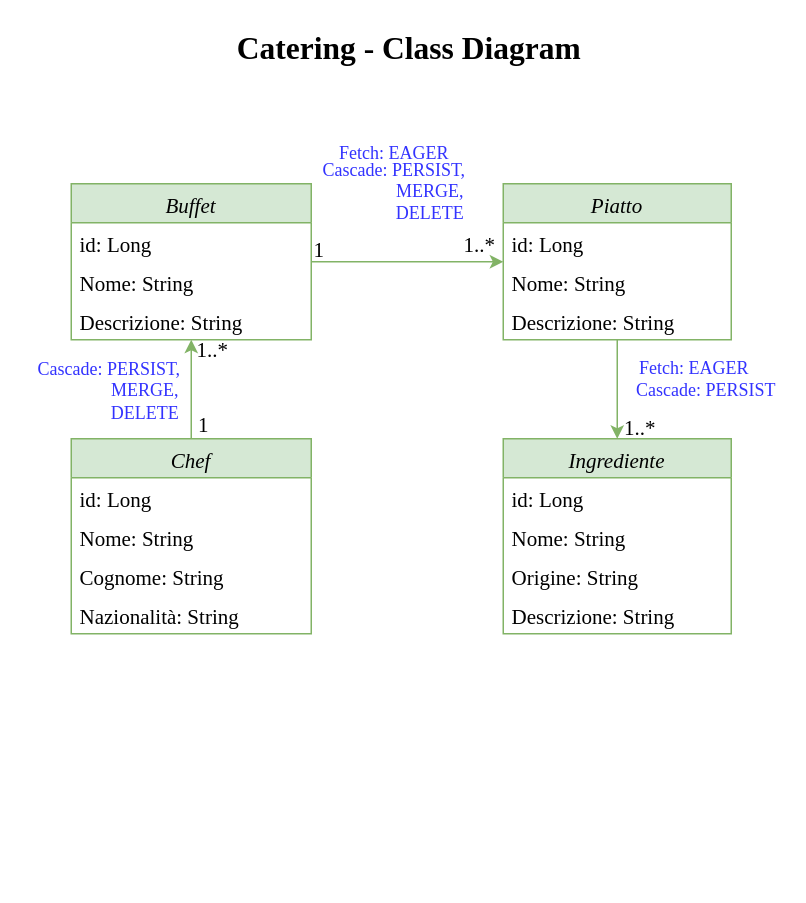
The draw.io diagram SIW_Catering_Class_Diagram/SIW_Catering_Class_Diagram.drawio in DavideTedesco/SIW-Catering-2022, before the edit. Source tidied: cells renumbered, new cells numbered last; positions are measured from the earlier drawing's top-left corner, leaving out a move shared by most shapes. Both pictures are drawn from the tidied source at 150%, with x=0, y=0 at pixel (26, 26).
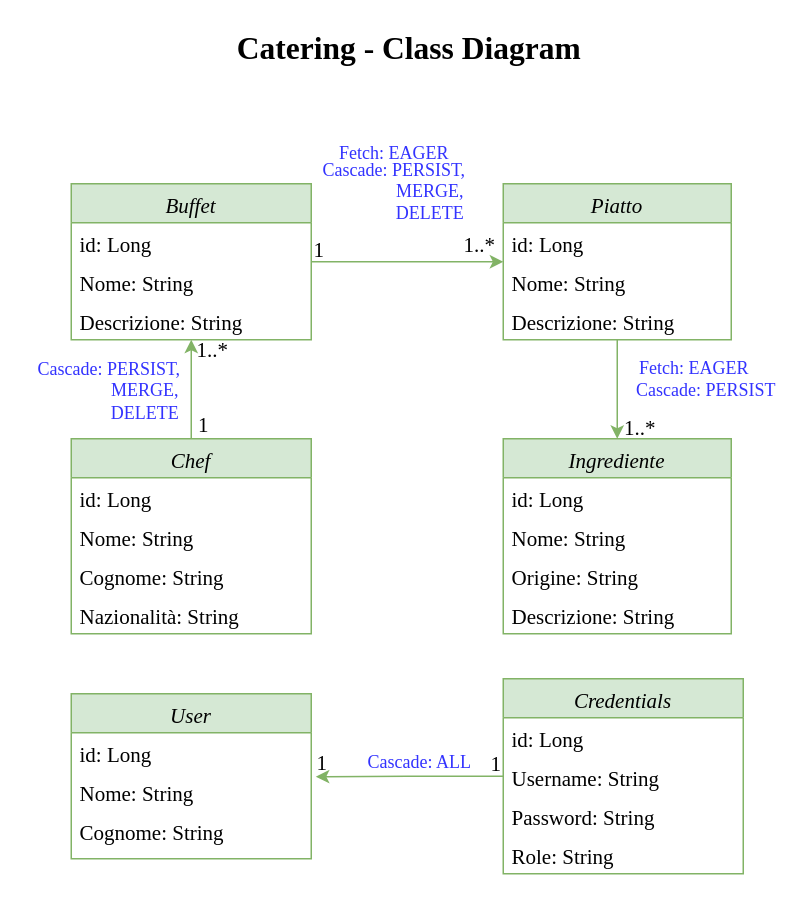
The same diagram, later.

What changed in the source:
```diff
@@
+    <mxCell id="34" value="User" style="swimlane;fontStyle=2;align=center;verticalAlign=top;horizontal=1;startSize=26;rounded=0;shadow=0;strokeWidth=1;fontFamily=Garamond;fontSize=14;fillColor=#d5e8d4;strokeColor=#82b366;" parent="1" vertex="1">
+      <mxGeometry x="30" y="445" width="160" height="110" as="geometry" />
+    </mxCell>
+    <mxCell id="35" value="id: Long" style="text;align=left;verticalAlign=top;spacingLeft=4;spacingRight=4;overflow=hidden;fontFamily=Garamond;fontSize=14;" parent="34" vertex="1">
+      <mxGeometry y="26" width="160" height="26" as="geometry" />
+    </mxCell>
+    <mxCell id="36" value="Nome: String" style="text;align=left;verticalAlign=top;spacingLeft=4;spacingRight=4;overflow=hidden;points=[[0,0.5],[1,0.5]];portConstraint=eastwest;fontFamily=Garamond;fontSize=14;" parent="34" vertex="1">
+      <mxGeometry y="52" width="160" height="26" as="geometry" />
+    </mxCell>
+    <mxCell id="37" value="Cognome: String" style="text;align=left;verticalAlign=top;spacingLeft=4;spacingRight=4;overflow=hidden;fontFamily=Garamond;fontSize=14;" parent="34" vertex="1">
+      <mxGeometry y="78" width="160" height="26" as="geometry" />
+    </mxCell>
+    <mxCell id="38" value="Credentials" style="swimlane;fontStyle=2;align=center;verticalAlign=top;horizontal=1;startSize=26;rounded=0;shadow=0;strokeWidth=1;fontFamily=Garamond;fontSize=14;fillColor=#d5e8d4;strokeColor=#82b366;" parent="1" vertex="1">
+      <mxGeometry x="318" y="435" width="160" height="130" as="geometry" />
+    </mxCell>
+    <mxCell id="39" value="id: Long" style="text;align=left;verticalAlign=top;spacingLeft=4;spacingRight=4;overflow=hidden;fontFamily=Garamond;fontSize=14;" parent="38" vertex="1">
+      <mxGeometry y="26" width="160" height="26" as="geometry" />
+    </mxCell>
+    <mxCell id="40" value="Username: String" style="text;align=left;verticalAlign=top;spacingLeft=4;spacingRight=4;overflow=hidden;points=[[0,0.5],[1,0.5]];portConstraint=eastwest;fontFamily=Garamond;fontSize=14;" parent="38" vertex="1">
+      <mxGeometry y="52" width="160" height="26" as="geometry" />
+    </mxCell>
+    <mxCell id="41" value="Password: String" style="text;align=left;verticalAlign=top;spacingLeft=4;spacingRight=4;overflow=hidden;fontFamily=Garamond;fontSize=14;" parent="38" vertex="1">
+      <mxGeometry y="78" width="160" height="26" as="geometry" />
+    </mxCell>
+    <mxCell id="42" value="Role: String" style="text;align=left;verticalAlign=top;spacingLeft=4;spacingRight=4;overflow=hidden;fontFamily=Garamond;fontSize=14;" parent="38" vertex="1">
+      <mxGeometry y="104" width="160" height="26" as="geometry" />
+    </mxCell>
+    <mxCell id="43" style="edgeStyle=orthogonalEdgeStyle;rounded=0;jettySize=auto;html=1;exitX=0;exitY=0.5;exitDx=0;exitDy=0;entryX=1.019;entryY=0.128;entryDx=0;entryDy=0;entryPerimeter=0;fillColor=#d5e8d4;strokeColor=#82b366;" parent="1" edge="1" source="40" target="36">
+      <mxGeometry relative="1" as="geometry" />
+    </mxCell>
+    <mxCell id="44" value="1" style="align=right;verticalAlign=bottom;labelBackgroundColor=none;fontSize=14;fontFamily=Garamond;" parent="1" vertex="1">
+      <mxGeometry x="318" y="501" as="geometry" />
+    </mxCell>
+    <mxCell id="45" value="1" style="align=right;verticalAlign=bottom;labelBackgroundColor=none;fontSize=14;fontFamily=Garamond;" parent="1" vertex="1">
+      <mxGeometry x="202" y="500" as="geometry" />
+    </mxCell>
+    <mxCell id="46" value="Cascade: ALL" style="text;html=1;align=center;verticalAlign=middle;fontFamily=Garamond;fontColor=#3333FF;" parent="1" vertex="1">
+      <mxGeometry x="222" y="481" width="80" height="20" as="geometry" />
+    </mxCell>
```
